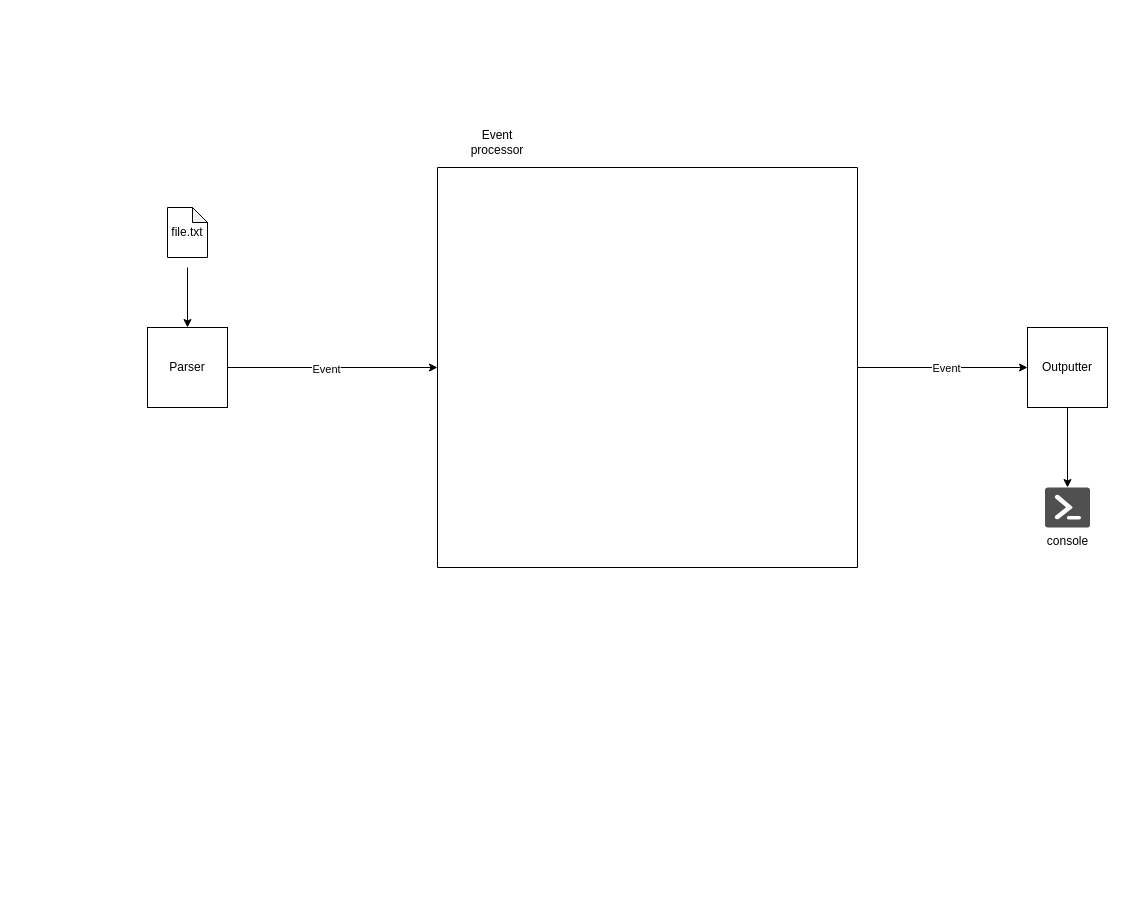
Above: system.drawio in kargamant/computer_club (draw.io), before the change. Source tidied: cells renumbered, new cells numbered last; positions are measured from the earlier drawing's top-left corner, leaving out a move shared by most shapes. Both pictures are drawn from the tidied source at 100%, with x=0, y=0 at pixel (147, 127).
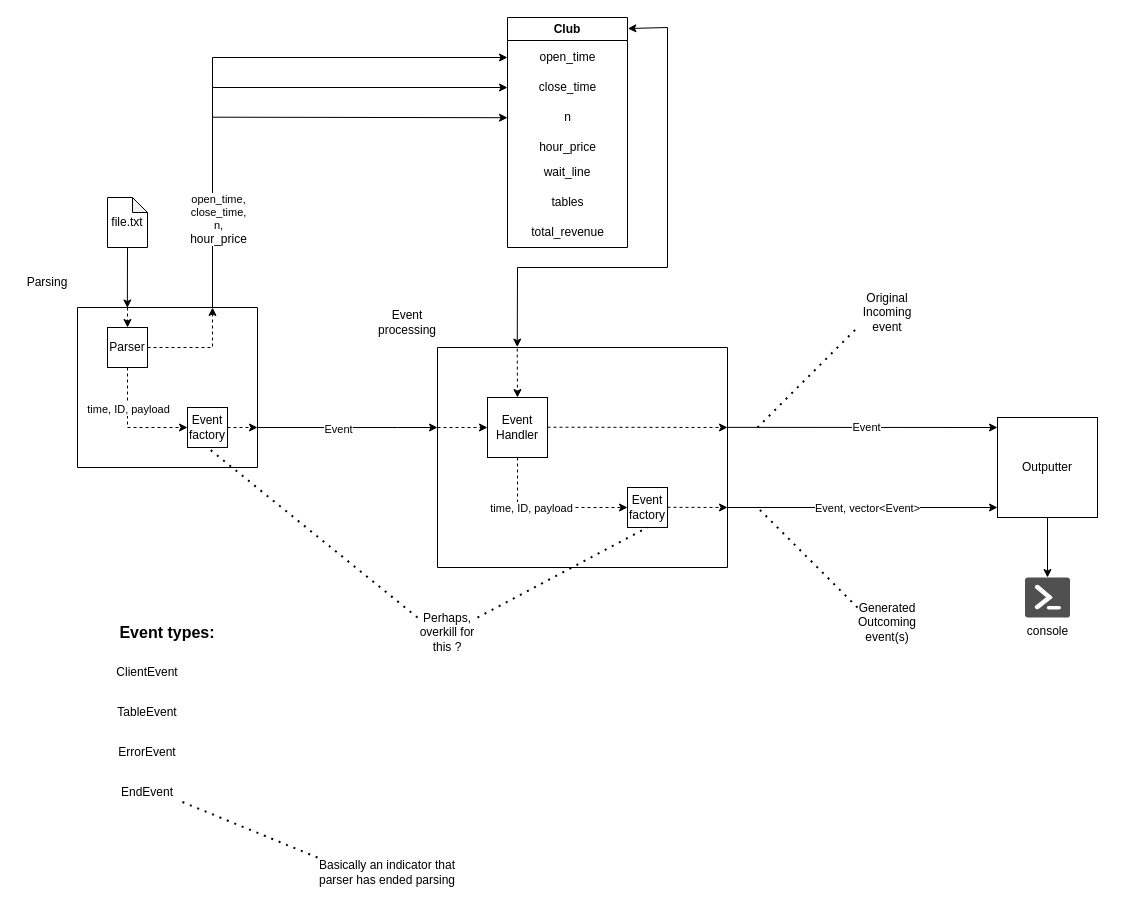
After the change.

What changed in the source:
```diff
@@
-    <mxCell id="2" value="Parser" style="rounded=0;whiteSpace=wrap;html=1;" parent="1" vertex="1">
-      <mxGeometry y="200" width="80" height="80" as="geometry" />
-    </mxCell>
-    <mxCell id="3" style="endArrow=classic;html=1;rounded=0;entryX=0.5;entryY=0;entryDx=0;entryDy=0;" parent="1" edge="1" target="2">
-      <mxGeometry relative="1" as="geometry">
-        <mxPoint x="40" y="140" as="sourcePoint" />
-      </mxGeometry>
+    <mxCell id="3" style="endArrow=classic;html=1;rounded=0;entryX=0.277;entryY=0.003;entryDx=0;entryDy=0;exitX=0.5;exitY=1;exitDx=0;exitDy=0;exitPerimeter=0;entryPerimeter=0;" parent="1" edge="1" source="8" target="21">
+      <mxGeometry relative="1" as="geometry" />
     </mxCell>
     <mxCell id="4" style="swimlane;startSize=0;" parent="1" vertex="1">
-      <mxGeometry x="290" y="40" width="420" height="400" as="geometry" />
+      <mxGeometry x="290" y="220" width="290" height="220" as="geometry" />
     </mxCell>
+    <mxCell id="14" value="Event&lt;div&gt;Handler&lt;/div&gt;" style="whiteSpace=wrap;html=1;" parent="4" vertex="1">
+      <mxGeometry x="50" y="50" width="60" height="60" as="geometry" />
+    </mxCell>
+    <mxCell id="15" style="endArrow=classic;html=1;rounded=0;dashed=1;entryX=0;entryY=0.5;entryDx=0;entryDy=0;" parent="4" edge="1" target="14">
+      <mxGeometry relative="1" as="geometry">
+        <mxPoint y="80" as="sourcePoint" />
+      </mxGeometry>
+    </mxCell>
+    <mxCell id="16" style="endArrow=classic;html=1;rounded=0;dashed=1;entryX=0;entryY=0.5;entryDx=0;entryDy=0;exitX=0.5;exitY=1;exitDx=0;exitDy=0;" parent="4" edge="1" source="14" target="19">
+      <mxGeometry relative="1" as="geometry">
+        <Array as="points">
+          <mxPoint x="80" y="160" />
+        </Array>
+      </mxGeometry>
+    </mxCell>
+    <mxCell id="17" value="time, ID, payload" style="edgeLabel;html=1;align=center;verticalAlign=middle;" parent="16" vertex="1">
+      <mxGeometry x="-0.21" relative="1" as="geometry" />
+    </mxCell>
+    <mxCell id="18" style="endArrow=classic;html=1;rounded=0;dashed=1;entryX=0.5;entryY=0;entryDx=0;entryDy=0;exitX=0.275;exitY=0.005;exitDx=0;exitDy=0;exitPerimeter=0;" parent="4" edge="1" source="4" target="14">
+      <mxGeometry relative="1" as="geometry" />
+    </mxCell>
+    <mxCell id="19" value="Event&lt;div&gt;factory&lt;/div&gt;" style="rounded=0;whiteSpace=wrap;html=1;" parent="4" vertex="1">
+      <mxGeometry x="190" y="140" width="40" height="40" as="geometry" />
+    </mxCell>
+    <mxCell id="20" style="endArrow=classic;html=1;rounded=0;dashed=1;" parent="4" edge="1">
+      <mxGeometry relative="1" as="geometry">
+        <mxPoint x="110" y="79.7" as="sourcePoint" />
+        <mxPoint x="290" y="80" as="targetPoint" />
+      </mxGeometry>
+    </mxCell>
-    <mxCell id="5" value="Event processor" style="text;html=1;align=center;verticalAlign=middle;whiteSpace=wrap;rounded=0;" parent="1" vertex="1">
-      <mxGeometry x="320" width="60" height="30" as="geometry" />
+    <mxCell id="5" value="Event processing" style="text;html=1;align=center;verticalAlign=middle;whiteSpace=wrap;rounded=0;" parent="1" vertex="1">
+      <mxGeometry x="230" y="180" width="60" height="30" as="geometry" />
     </mxCell>
-    <mxCell id="6" style="endArrow=classic;html=1;rounded=0;exitX=1;exitY=0.5;exitDx=0;exitDy=0;entryX=0;entryY=0.5;entryDx=0;entryDy=0;" parent="1" edge="1" source="2" target="4">
-      <mxGeometry relative="1" as="geometry" />
+    <mxCell id="6" style="endArrow=classic;html=1;rounded=0;entryX=0;entryY=0.5;entryDx=0;entryDy=0;" parent="1" edge="1">
+      <mxGeometry relative="1" as="geometry">
+        <mxPoint x="110" y="300" as="sourcePoint" />
+        <mxPoint x="290" y="300" as="targetPoint" />
+        <Array as="points">
+          <mxPoint x="250" y="300" />
+        </Array>
+      </mxGeometry>
     </mxCell>
@@
     <mxCell id="8" value="file.txt" style="shape=note;whiteSpace=wrap;html=1;backgroundOutline=1;darkOpacity=0.05;size=15;" parent="1" vertex="1">
-      <mxGeometry x="20" y="80" width="40" height="50" as="geometry" />
+      <mxGeometry x="-40" y="70" width="40" height="50" as="geometry" />
     </mxCell>
-    <mxCell id="9" style="endArrow=classic;html=1;rounded=0;exitX=1;exitY=0.5;exitDx=0;exitDy=0;entryX=0;entryY=0.5;entryDx=0;entryDy=0;" parent="1" edge="1" source="4" target="11">
-      <mxGeometry relative="1" as="geometry" />
+    <mxCell id="9" style="endArrow=classic;html=1;rounded=0;exitX=0.997;exitY=0.363;exitDx=0;exitDy=0;exitPerimeter=0;" parent="1" edge="1" source="4">
+      <mxGeometry relative="1" as="geometry">
+        <mxPoint x="850" y="300" as="targetPoint" />
+      </mxGeometry>
     </mxCell>
@@
     <mxCell id="11" value="Outputter" style="whiteSpace=wrap;html=1;" parent="1" vertex="1">
-      <mxGeometry x="880" y="200" width="80" height="80" as="geometry" />
+      <mxGeometry x="850" y="290" width="100" height="100" as="geometry" />
     </mxCell>
@@
     <mxCell id="13" value="console" style="sketch=0;shadow=0;dashed=0;html=1;strokeColor=none;fillColor=#505050;labelPosition=center;verticalLabelPosition=bottom;verticalAlign=top;outlineConnect=0;align=center;shape=mxgraph.office.concepts.powershell;" parent="1" vertex="1">
-      <mxGeometry x="897.5" y="360" width="45" height="40" as="geometry" />
+      <mxGeometry x="877.5" y="450" width="45" height="40" as="geometry" />
     </mxCell>
+    <mxCell id="21" style="swimlane;startSize=0;" parent="1" vertex="1">
+      <mxGeometry x="-70" y="180" width="180" height="160" as="geometry" />
+    </mxCell>
+    <mxCell id="2" value="Parser" style="rounded=0;whiteSpace=wrap;html=1;" parent="21" vertex="1">
+      <mxGeometry x="30" y="20" width="40" height="40" as="geometry" />
+    </mxCell>
+    <mxCell id="22" style="endArrow=classic;html=1;rounded=0;exitX=0.75;exitY=0;exitDx=0;exitDy=0;entryX=0.5;entryY=0;entryDx=0;entryDy=0;dashed=1;" parent="21" edge="1">
+      <mxGeometry relative="1" as="geometry">
+        <mxPoint x="50" as="sourcePoint" />
+        <mxPoint x="50" y="20" as="targetPoint" />
+      </mxGeometry>
+    </mxCell>
+    <mxCell id="23" value="Event&lt;div&gt;factory&lt;/div&gt;" style="rounded=0;whiteSpace=wrap;html=1;" parent="21" vertex="1">
+      <mxGeometry x="110" y="100" width="40" height="40" as="geometry" />
+    </mxCell>
+    <mxCell id="24" style="endArrow=classic;html=1;rounded=0;exitX=0.5;exitY=1;exitDx=0;exitDy=0;entryX=0;entryY=0.5;entryDx=0;entryDy=0;dashed=1;" parent="21" edge="1" source="2" target="23">
+      <mxGeometry relative="1" as="geometry">
+        <Array as="points">
+          <mxPoint x="50" y="120" />
+        </Array>
+      </mxGeometry>
+    </mxCell>
+    <mxCell id="25" value="time, ID, payload" style="edgeLabel;html=1;align=center;verticalAlign=middle;" parent="24" vertex="1">
+      <mxGeometry x="-0.31" relative="1" as="geometry" />
+    </mxCell>
+    <mxCell id="26" style="endArrow=classic;html=1;rounded=0;exitX=1;exitY=0.5;exitDx=0;exitDy=0;entryX=1;entryY=0.75;entryDx=0;entryDy=0;dashed=1;" parent="21" edge="1" source="23" target="21">
+      <mxGeometry relative="1" as="geometry" />
+    </mxCell>
+    <mxCell id="27" style="endArrow=classic;html=1;rounded=0;entryX=0.75;entryY=0;entryDx=0;entryDy=0;dashed=1;exitX=1;exitY=0.5;exitDx=0;exitDy=0;" parent="21" edge="1" source="2" target="21">
+      <mxGeometry relative="1" as="geometry">
+        <Array as="points">
+          <mxPoint x="135" y="40" />
+        </Array>
+      </mxGeometry>
+    </mxCell>
+    <mxCell id="28" value="Parsing" style="text;html=1;align=center;verticalAlign=middle;whiteSpace=wrap;rounded=0;" parent="1" vertex="1">
+      <mxGeometry x="-130" y="140" width="60" height="30" as="geometry" />
+    </mxCell>
+    <mxCell id="29" value="&lt;b&gt;&lt;font style=&quot;font-size: 16px;&quot;&gt;Event types:&lt;/font&gt;&lt;/b&gt;" style="text;html=1;align=center;verticalAlign=middle;whiteSpace=wrap;rounded=0;" parent="1" vertex="1">
+      <mxGeometry x="-80" y="490" width="200" height="30" as="geometry" />
+    </mxCell>
+    <mxCell id="30" value="ClientEvent" style="text;html=1;align=center;verticalAlign=middle;whiteSpace=wrap;rounded=0;" parent="1" vertex="1">
+      <mxGeometry x="-30" y="530" width="60" height="30" as="geometry" />
+    </mxCell>
+    <mxCell id="31" value="TableEvent" style="text;html=1;align=center;verticalAlign=middle;whiteSpace=wrap;rounded=0;" parent="1" vertex="1">
+      <mxGeometry x="-30" y="570" width="60" height="30" as="geometry" />
+    </mxCell>
+    <mxCell id="32" value="ErrorEvent" style="text;html=1;align=center;verticalAlign=middle;whiteSpace=wrap;rounded=0;" parent="1" vertex="1">
+      <mxGeometry x="-30" y="610" width="60" height="30" as="geometry" />
+    </mxCell>
+    <mxCell id="33" style="endArrow=none;dashed=1;html=1;dashPattern=1 3;strokeWidth=2;rounded=0;entryX=0.5;entryY=1;entryDx=0;entryDy=0;exitX=0;exitY=0;exitDx=0;exitDy=0;" parent="1" edge="1" source="34" target="23">
+      <mxGeometry relative="1" as="geometry" />
+    </mxCell>
+    <mxCell id="34" value="Perhaps, overkill for this ?" style="text;html=1;align=center;verticalAlign=middle;whiteSpace=wrap;rounded=0;" parent="1" vertex="1">
+      <mxGeometry x="270" y="490" width="60" height="30" as="geometry" />
+    </mxCell>
+    <mxCell id="35" value="Club" style="swimlane;whiteSpace=wrap;html=1;" parent="1" vertex="1">
+      <mxGeometry x="360" y="-110" width="120" height="230" as="geometry" />
+    </mxCell>
+    <mxCell id="36" value="open_time" style="text;html=1;align=center;verticalAlign=middle;strokeColor=none;fillColor=none;" parent="35" vertex="1">
+      <mxGeometry x="20" y="25" width="80" height="30" as="geometry" />
+    </mxCell>
+    <mxCell id="37" value="close_time" style="text;html=1;align=center;verticalAlign=middle;strokeColor=none;fillColor=none;" parent="35" vertex="1">
+      <mxGeometry x="20" y="55" width="80" height="30" as="geometry" />
+    </mxCell>
+    <mxCell id="38" value="n" style="text;html=1;align=center;verticalAlign=middle;strokeColor=none;fillColor=none;" parent="35" vertex="1">
+      <mxGeometry x="45" y="85" width="30" height="30" as="geometry" />
+    </mxCell>
+    <mxCell id="39" value="tables" style="text;html=1;align=center;verticalAlign=middle;strokeColor=none;fillColor=none;" parent="35" vertex="1">
+      <mxGeometry x="30" y="170" width="60" height="30" as="geometry" />
+    </mxCell>
+    <mxCell id="40" value="&lt;span style=&quot;text-wrap-mode: nowrap;&quot;&gt;wait_line&lt;/span&gt;" style="text;html=1;align=center;verticalAlign=middle;whiteSpace=wrap;rounded=0;" parent="35" vertex="1">
+      <mxGeometry x="25" y="140" width="70" height="30" as="geometry" />
+    </mxCell>
+    <mxCell id="41" value="total_revenue" style="text;html=1;align=center;verticalAlign=middle;strokeColor=none;fillColor=none;" parent="35" vertex="1">
+      <mxGeometry x="10" y="200" width="100" height="30" as="geometry" />
+    </mxCell>
+    <mxCell id="42" value="hour_price" style="text;html=1;align=center;verticalAlign=middle;strokeColor=none;fillColor=none;" parent="35" vertex="1">
+      <mxGeometry x="20" y="115" width="80" height="30" as="geometry" />
+    </mxCell>
+    <mxCell id="43" style="endArrow=classic;html=1;rounded=0;exitX=0.75;exitY=0;exitDx=0;exitDy=0;" parent="1" edge="1" source="21">
+      <mxGeometry relative="1" as="geometry">
+        <mxPoint x="360" y="-70" as="targetPoint" />
+        <Array as="points">
+          <mxPoint x="65" y="-70" />
+        </Array>
+      </mxGeometry>
+    </mxCell>
+    <mxCell id="44" value="open_time,&lt;div&gt;close_time,&lt;/div&gt;&lt;div&gt;n,&lt;/div&gt;&lt;div&gt;&lt;span style=&quot;font-size: 12px;&quot;&gt;hour_price&lt;/span&gt;&lt;/div&gt;" style="edgeLabel;html=1;align=center;verticalAlign=middle;" parent="43" vertex="1">
+      <mxGeometry x="-0.67" y="3" relative="1" as="geometry">
+        <mxPoint x="8" y="1" as="offset" />
+      </mxGeometry>
+    </mxCell>
+    <mxCell id="45" style="endArrow=classic;html=1;rounded=0;" parent="1" edge="1">
+      <mxGeometry relative="1" as="geometry">
+        <mxPoint x="65" y="-40" as="sourcePoint" />
+        <mxPoint x="360" y="-40" as="targetPoint" />
+      </mxGeometry>
+    </mxCell>
+    <mxCell id="46" style="endArrow=classic;html=1;rounded=0;" parent="1" edge="1">
+      <mxGeometry relative="1" as="geometry">
+        <mxPoint x="65" y="-10.3" as="sourcePoint" />
+        <mxPoint x="360" y="-9.8" as="targetPoint" />
+      </mxGeometry>
+    </mxCell>
+    <mxCell id="47" style="endArrow=classic;html=1;rounded=0;exitX=1.003;exitY=0.048;exitDx=0;exitDy=0;exitPerimeter=0;entryX=0.275;entryY=-0.002;entryDx=0;entryDy=0;entryPerimeter=0;startArrow=classic;startFill=1;" parent="1" edge="1" source="35" target="4">
+      <mxGeometry relative="1" as="geometry">
+        <Array as="points">
+          <mxPoint x="520" y="-100" />
+          <mxPoint x="520" y="140" />
+          <mxPoint x="370" y="140" />
+        </Array>
+      </mxGeometry>
+    </mxCell>
+    <mxCell id="48" style="endArrow=classic;html=1;rounded=0;dashed=1;" parent="1" edge="1">
+      <mxGeometry relative="1" as="geometry">
+        <mxPoint x="520" y="379.8" as="sourcePoint" />
+        <mxPoint x="580" y="380" as="targetPoint" />
+      </mxGeometry>
+    </mxCell>
+    <mxCell id="49" style="endArrow=classic;html=1;rounded=0;exitX=0.997;exitY=0.363;exitDx=0;exitDy=0;exitPerimeter=0;" parent="1" edge="1">
+      <mxGeometry relative="1" as="geometry">
+        <mxPoint x="580" y="380" as="sourcePoint" />
+        <mxPoint x="850" y="380" as="targetPoint" />
+      </mxGeometry>
+    </mxCell>
+    <mxCell id="50" value="Event, vector&amp;lt;Event&amp;gt;" style="edgeLabel;html=1;align=center;verticalAlign=middle;" parent="49" vertex="1">
+      <mxGeometry x="0.03" relative="1" as="geometry" />
+    </mxCell>
+    <mxCell id="51" style="endArrow=none;dashed=1;html=1;dashPattern=1 3;strokeWidth=2;rounded=0;entryX=0.5;entryY=1;entryDx=0;entryDy=0;exitX=1;exitY=0;exitDx=0;exitDy=0;" parent="1" edge="1" source="34" target="19">
+      <mxGeometry relative="1" as="geometry" />
+    </mxCell>
+    <mxCell id="52" style="endArrow=none;dashed=1;html=1;dashPattern=1 3;strokeWidth=2;rounded=0;entryX=0;entryY=1;entryDx=0;entryDy=0;exitX=1;exitY=0;exitDx=0;exitDy=0;" parent="1" edge="1" target="53">
+      <mxGeometry relative="1" as="geometry">
+        <mxPoint x="610" y="300" as="sourcePoint" />
+      </mxGeometry>
+    </mxCell>
+    <mxCell id="53" value="Original Incoming event" style="text;html=1;align=center;verticalAlign=middle;whiteSpace=wrap;rounded=0;" parent="1" vertex="1">
+      <mxGeometry x="710" y="170" width="60" height="30" as="geometry" />
+    </mxCell>
+    <mxCell id="54" style="endArrow=none;dashed=1;html=1;dashPattern=1 3;strokeWidth=2;rounded=0;exitX=0;exitY=0;exitDx=0;exitDy=0;" parent="1" edge="1" source="55">
+      <mxGeometry relative="1" as="geometry">
+        <mxPoint x="610" y="380" as="targetPoint" />
+      </mxGeometry>
+    </mxCell>
+    <mxCell id="55" value="Generated Outcoming event(s)" style="text;html=1;align=center;verticalAlign=middle;whiteSpace=wrap;rounded=0;" parent="1" vertex="1">
+      <mxGeometry x="710" y="480" width="60" height="30" as="geometry" />
+    </mxCell>
+    <mxCell id="56" value="EndEvent" style="text;html=1;align=center;verticalAlign=middle;whiteSpace=wrap;rounded=0;" parent="1" vertex="1">
+      <mxGeometry x="-30" y="650" width="60" height="30" as="geometry" />
+    </mxCell>
+    <mxCell id="57" style="endArrow=none;dashed=1;html=1;dashPattern=1 3;strokeWidth=2;rounded=0;entryX=1;entryY=0.75;entryDx=0;entryDy=0;exitX=0;exitY=0;exitDx=0;exitDy=0;" parent="1" edge="1" source="58" target="56">
+      <mxGeometry relative="1" as="geometry" />
+    </mxCell>
+    <mxCell id="58" value="Basically an indicator that parser has ended parsing" style="text;html=1;align=center;verticalAlign=middle;whiteSpace=wrap;rounded=0;" parent="1" vertex="1">
+      <mxGeometry x="170" y="730" width="140" height="30" as="geometry" />
+    </mxCell>
```
